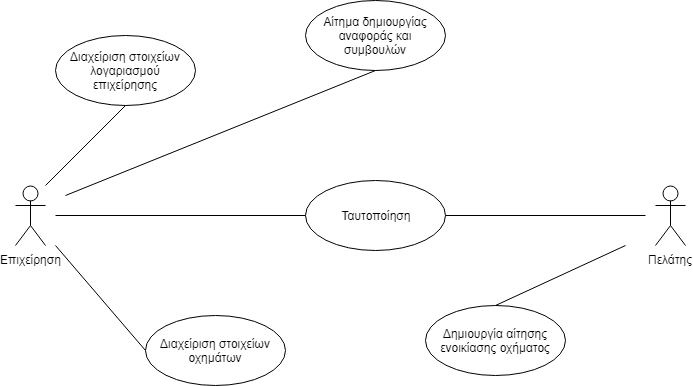
The draw.io diagram use_case_diagram.png in teotsi/RentEmAll, before a commit. Source tidied: cells renumbered, new cells last; positions are measured from the earlier drawing's top-left corner, leaving out a move shared by most shapes. The source it was exported from:
```xml
<mxGraphModel>
  <root>
    <mxCell id="0" />
    <mxCell id="1" parent="0" />
    <mxCell id="2" value="Επιχείρηση&lt;br&gt;" style="shape=umlActor;verticalLabelPosition=bottom;labelBackgroundColor=#ffffff;verticalAlign=top;html=1;" parent="1" vertex="1">
      <mxGeometry y="185" width="30" height="60" as="geometry" />
    </mxCell>
    <mxCell id="3" value="Πελάτης" style="shape=umlActor;verticalLabelPosition=bottom;labelBackgroundColor=#ffffff;verticalAlign=top;html=1;" parent="1" vertex="1">
      <mxGeometry x="640" y="185" width="30" height="60" as="geometry" />
    </mxCell>
    <mxCell id="4" value="Ταυτοποίηση" style="ellipse;whiteSpace=wrap;html=1;" parent="1" vertex="1">
      <mxGeometry x="290" y="180" width="140" height="70" as="geometry" />
    </mxCell>
    <mxCell id="5" value="&lt;span&gt;Διαχείριση στοιχείων λογαριασμού επιχείρησης&lt;/span&gt;" style="ellipse;whiteSpace=wrap;html=1;" parent="1" vertex="1">
      <mxGeometry x="40" y="35" width="140" height="70" as="geometry" />
    </mxCell>
    <mxCell id="6" value="&lt;table&gt;&lt;tbody&gt;&lt;tr&gt;&lt;td&gt;Διαχείριση στοιχείων οχημάτων&lt;/td&gt;&lt;/tr&gt;&lt;/tbody&gt;&lt;/table&gt;" style="ellipse;whiteSpace=wrap;html=1;" parent="1" vertex="1">
      <mxGeometry x="130" y="315" width="140" height="70" as="geometry" />
    </mxCell>
    <mxCell id="7" value="&lt;table&gt;&lt;tbody&gt;&lt;tr&gt;&lt;td&gt;Αίτημα δημιουργίας αναφοράς και συμβουλών&lt;/td&gt;&lt;/tr&gt;&lt;/tbody&gt;&lt;/table&gt;" style="ellipse;whiteSpace=wrap;html=1;" parent="1" vertex="1">
      <mxGeometry x="290" width="140" height="70" as="geometry" />
    </mxCell>
    <mxCell id="8" value="&lt;table&gt;&lt;tbody&gt;&lt;tr&gt;&lt;td&gt;Δημιουργία αίτησης ενοικίασης οχήματος&lt;br&gt;&lt;/td&gt;&lt;/tr&gt;&lt;/tbody&gt;&lt;/table&gt;" style="ellipse;whiteSpace=wrap;html=1;" parent="1" vertex="1">
      <mxGeometry x="410" y="305" width="140" height="70" as="geometry" />
    </mxCell>
    <mxCell id="9" style="endArrow=none;html=1;exitX=0.5;exitY=1;exitDx=0;exitDy=0;" parent="1" edge="1" source="5">
      <mxGeometry relative="1" as="geometry">
        <mxPoint x="30" y="185" as="targetPoint" />
      </mxGeometry>
    </mxCell>
    <mxCell id="10" style="endArrow=none;html=1;exitX=0;exitY=0.5;exitDx=0;exitDy=0;" parent="1" edge="1" source="6">
      <mxGeometry relative="1" as="geometry">
        <mxPoint x="40" y="245" as="targetPoint" />
      </mxGeometry>
    </mxCell>
    <mxCell id="11" style="endArrow=none;html=1;entryX=0;entryY=0.5;entryDx=0;entryDy=0;" parent="1" edge="1" target="4">
      <mxGeometry relative="1" as="geometry">
        <mxPoint x="40" y="215" as="sourcePoint" />
      </mxGeometry>
    </mxCell>
    <mxCell id="12" style="endArrow=none;html=1;entryX=0.5;entryY=1;entryDx=0;entryDy=0;" parent="1" edge="1" target="7">
      <mxGeometry relative="1" as="geometry">
        <mxPoint x="50" y="195" as="sourcePoint" />
      </mxGeometry>
    </mxCell>
    <mxCell id="13" style="endArrow=none;html=1;entryX=1;entryY=0.5;entryDx=0;entryDy=0;" parent="1" edge="1" target="4">
      <mxGeometry relative="1" as="geometry">
        <mxPoint x="630" y="215" as="sourcePoint" />
      </mxGeometry>
    </mxCell>
    <mxCell id="14" style="endArrow=none;html=1;exitX=0.5;exitY=0;exitDx=0;exitDy=0;" parent="1" edge="1" source="8">
      <mxGeometry relative="1" as="geometry">
        <mxPoint x="610" y="245" as="targetPoint" />
      </mxGeometry>
    </mxCell>
  </root>
</mxGraphModel>
```
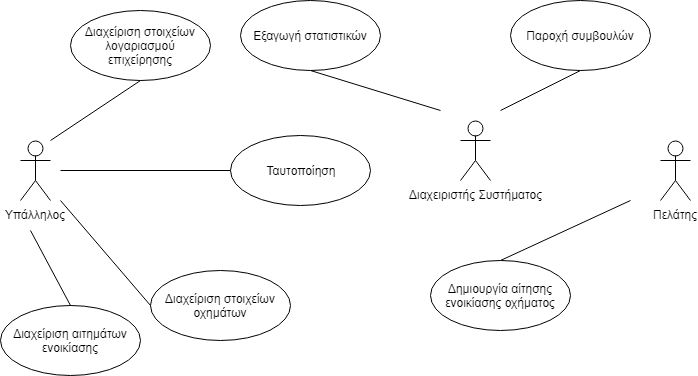
The same diagram one commit later.

What changed in the source:
```diff
@@ -2,23 +2,23 @@
   <root>
     <mxCell id="0" />
     <mxCell id="1" parent="0" />
-    <mxCell id="2" value="Επιχείρηση&lt;br&gt;" style="shape=umlActor;verticalLabelPosition=bottom;labelBackgroundColor=#ffffff;verticalAlign=top;html=1;" parent="1" vertex="1">
+    <mxCell id="2" value="Υπάλληλος" style="shape=umlActor;verticalLabelPosition=bottom;labelBackgroundColor=#ffffff;verticalAlign=top;html=1;" parent="1" vertex="1">
       <mxGeometry y="185" width="30" height="60" as="geometry" />
     </mxCell>
     <mxCell id="3" value="Πελάτης" style="shape=umlActor;verticalLabelPosition=bottom;labelBackgroundColor=#ffffff;verticalAlign=top;html=1;" parent="1" vertex="1">
       <mxGeometry x="640" y="185" width="30" height="60" as="geometry" />
     </mxCell>
     <mxCell id="4" value="Ταυτοποίηση" style="ellipse;whiteSpace=wrap;html=1;" parent="1" vertex="1">
-      <mxGeometry x="290" y="180" width="140" height="70" as="geometry" />
+      <mxGeometry x="210" y="180" width="140" height="70" as="geometry" />
     </mxCell>
     <mxCell id="5" value="&lt;span&gt;Διαχείριση στοιχείων λογαριασμού επιχείρησης&lt;/span&gt;" style="ellipse;whiteSpace=wrap;html=1;" parent="1" vertex="1">
-      <mxGeometry x="40" y="35" width="140" height="70" as="geometry" />
+      <mxGeometry x="50" y="55" width="140" height="70" as="geometry" />
     </mxCell>
     <mxCell id="6" value="&lt;table&gt;&lt;tbody&gt;&lt;tr&gt;&lt;td&gt;Διαχείριση στοιχείων οχημάτων&lt;/td&gt;&lt;/tr&gt;&lt;/tbody&gt;&lt;/table&gt;" style="ellipse;whiteSpace=wrap;html=1;" parent="1" vertex="1">
       <mxGeometry x="130" y="315" width="140" height="70" as="geometry" />
     </mxCell>
-    <mxCell id="7" value="&lt;table&gt;&lt;tbody&gt;&lt;tr&gt;&lt;td&gt;Αίτημα δημιουργίας αναφοράς και συμβουλών&lt;/td&gt;&lt;/tr&gt;&lt;/tbody&gt;&lt;/table&gt;" style="ellipse;whiteSpace=wrap;html=1;" parent="1" vertex="1">
-      <mxGeometry x="290" width="140" height="70" as="geometry" />
+    <mxCell id="7" value="Εξαγωγή στατιστικών&lt;br&gt;" style="ellipse;whiteSpace=wrap;html=1;" parent="1" vertex="1">
+      <mxGeometry x="220" y="45" width="140" height="70" as="geometry" />
     </mxCell>
     <mxCell id="8" value="&lt;table&gt;&lt;tbody&gt;&lt;tr&gt;&lt;td&gt;Δημιουργία αίτησης ενοικίασης οχήματος&lt;br&gt;&lt;/td&gt;&lt;/tr&gt;&lt;/tbody&gt;&lt;/table&gt;" style="ellipse;whiteSpace=wrap;html=1;" parent="1" vertex="1">
       <mxGeometry x="410" y="305" width="140" height="70" as="geometry" />
@@ -40,18 +40,32 @@
     </mxCell>
     <mxCell id="12" style="endArrow=none;html=1;entryX=0.5;entryY=1;entryDx=0;entryDy=0;" parent="1" edge="1" target="7">
       <mxGeometry relative="1" as="geometry">
-        <mxPoint x="50" y="195" as="sourcePoint" />
+        <mxPoint x="420" y="155" as="sourcePoint" />
       </mxGeometry>
     </mxCell>
-    <mxCell id="13" style="endArrow=none;html=1;entryX=1;entryY=0.5;entryDx=0;entryDy=0;" parent="1" edge="1" target="4">
-      <mxGeometry relative="1" as="geometry">
-        <mxPoint x="630" y="215" as="sourcePoint" />
-      </mxGeometry>
-    </mxCell>
     <mxCell id="14" style="endArrow=none;html=1;exitX=0.5;exitY=0;exitDx=0;exitDy=0;" parent="1" edge="1" source="8">
       <mxGeometry relative="1" as="geometry">
         <mxPoint x="610" y="245" as="targetPoint" />
       </mxGeometry>
     </mxCell>
+    <mxCell id="15" value="&lt;span&gt;Διαχείριση αιτημάτων ενοικίασης&lt;/span&gt;" style="ellipse;whiteSpace=wrap;html=1;" parent="1" vertex="1">
+      <mxGeometry x="-20" y="350" width="140" height="70" as="geometry" />
+    </mxCell>
+    <mxCell id="16" style="endArrow=none;html=1;exitX=0.5;exitY=0;exitDx=0;exitDy=0;" parent="1" edge="1" source="15">
+      <mxGeometry relative="1" as="geometry">
+        <mxPoint x="10" y="275" as="targetPoint" />
+      </mxGeometry>
+    </mxCell>
+    <mxCell id="17" value="Διαχειριστής Συστήματος" style="shape=umlActor;verticalLabelPosition=bottom;labelBackgroundColor=#ffffff;verticalAlign=top;html=1;" parent="1" vertex="1">
+      <mxGeometry x="440" y="165" width="30" height="60" as="geometry" />
+    </mxCell>
+    <mxCell id="18" value="Παροχή συμβουλών" style="ellipse;whiteSpace=wrap;html=1;" parent="1" vertex="1">
+      <mxGeometry x="490" y="45" width="140" height="70" as="geometry" />
+    </mxCell>
+    <mxCell id="19" style="endArrow=none;html=1;entryX=0.5;entryY=1;entryDx=0;entryDy=0;" parent="1" edge="1" target="18">
+      <mxGeometry relative="1" as="geometry">
+        <mxPoint x="480" y="155" as="sourcePoint" />
+      </mxGeometry>
+    </mxCell>
   </root>
 </mxGraphModel>
```
